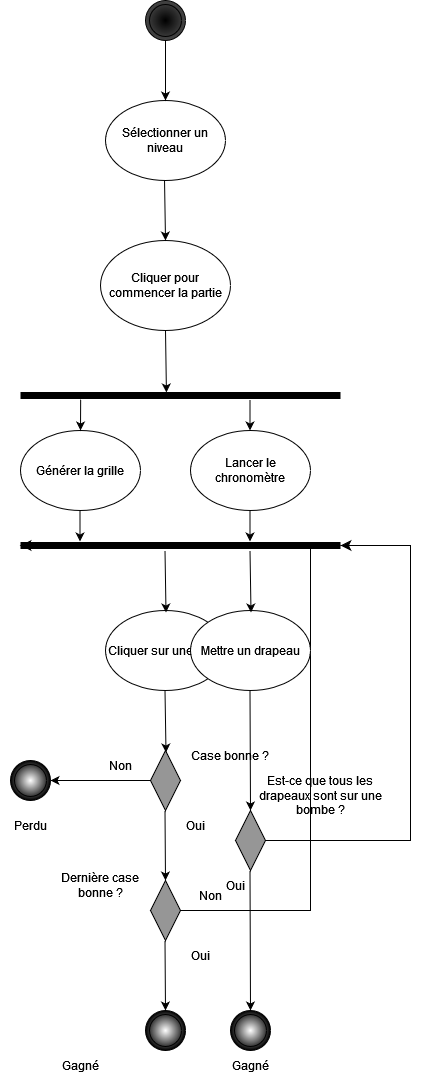
Above: diag_act.drawio.png in leonielrx/demineur (draw.io), before the change. Source tidied: cells renumbered, new cells last; positions are measured from the earlier drawing's top-left corner, leaving out a move shared by most shapes.
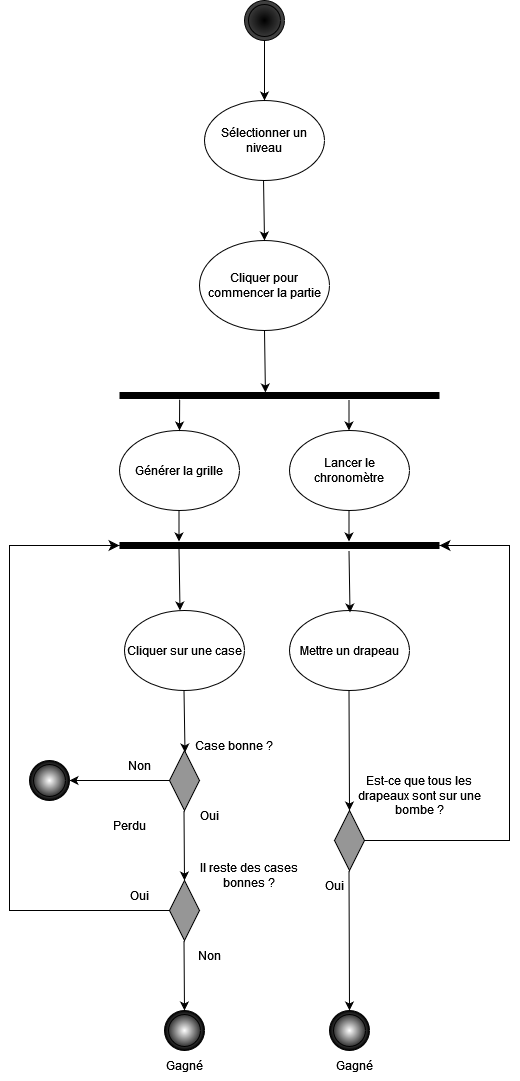
Above is the later version.

Commit message:
Mettre à jour diag_act.drawio.png

Diff of the diagram source:
```diff
@@ -42,72 +42,75 @@
       </mxGeometry>
     </mxCell>
     <mxCell id="12" value="Cliquer sur une case" style="ellipse;whiteSpace=wrap;html=1;" parent="1" vertex="1">
-      <mxGeometry x="105" y="610" width="120" height="80" as="geometry" />
+      <mxGeometry x="25" y="610" width="120" height="80" as="geometry" />
     </mxCell>
     <mxCell id="13" style="rhombus;whiteSpace=wrap;html=1;fillColor=#969696;" parent="1" vertex="1">
-      <mxGeometry x="150" y="750" width="30" height="60" as="geometry" />
+      <mxGeometry x="70" y="750" width="30" height="60" as="geometry" />
     </mxCell>
     <mxCell id="14" style="endArrow=classic;html=1;rounded=0;exitX=0.5;exitY=1;exitDx=0;exitDy=0;entryX=0.456;entryY=0.2;entryDx=0;entryDy=0;entryPerimeter=0;" parent="1" edge="1">
       <mxGeometry relative="1" as="geometry">
-        <mxPoint x="164.5" y="550" as="sourcePoint" />
-        <mxPoint x="165.5" y="612" as="targetPoint" />
+        <mxPoint x="79.5" y="548" as="sourcePoint" />
+        <mxPoint x="80.5" y="610" as="targetPoint" />
       </mxGeometry>
     </mxCell>
     <mxCell id="15" style="endArrow=classic;html=1;rounded=0;exitX=0.5;exitY=1;exitDx=0;exitDy=0;entryX=0.456;entryY=0.2;entryDx=0;entryDy=0;entryPerimeter=0;" parent="1" edge="1">
       <mxGeometry relative="1" as="geometry">
-        <mxPoint x="164.5" y="690" as="sourcePoint" />
-        <mxPoint x="165.5" y="752" as="targetPoint" />
+        <mxPoint x="84.5" y="690" as="sourcePoint" />
+        <mxPoint x="85.5" y="752" as="targetPoint" />
       </mxGeometry>
     </mxCell>
-    <mxCell id="16" style="edgeStyle=elbowEdgeStyle;elbow=horizontal;endArrow=classic;html=1;curved=0;rounded=0;endSize=8;startSize=8;entryX=0;entryY=0.5;entryDx=0;entryDy=0;exitX=1;exitY=0.5;exitDx=0;exitDy=0;entryPerimeter=0;" parent="1" edge="1" source="22" target="9">
+    <mxCell id="16" style="edgeStyle=elbowEdgeStyle;elbow=horizontal;endArrow=classic;html=1;curved=0;rounded=0;endSize=8;startSize=8;entryX=0;entryY=0.5;entryDx=0;entryDy=0;exitX=0;exitY=0.5;exitDx=0;exitDy=0;entryPerimeter=0;" parent="1" edge="1" source="22" target="9">
       <mxGeometry relative="1" as="geometry">
         <Array as="points">
-          <mxPoint x="310" y="890" />
+          <mxPoint x="-90" y="720" />
         </Array>
       </mxGeometry>
     </mxCell>
     <mxCell id="17" value="Case bonne ?" style="text;html=1;align=center;verticalAlign=middle;whiteSpace=wrap;rounded=0;" parent="1" vertex="1">
-      <mxGeometry x="160" y="740" width="140" height="30" as="geometry" />
+      <mxGeometry x="65" y="730" width="140" height="30" as="geometry" />
     </mxCell>
-    <mxCell id="18" style="endArrow=classic;html=1;rounded=0;" parent="1" edge="1" source="13" target="19">
-      <mxGeometry relative="1" as="geometry" />
+    <mxCell id="18" style="endArrow=classic;html=1;rounded=0;" parent="1" edge="1" target="19">
+      <mxGeometry relative="1" as="geometry">
+        <mxPoint x="70" y="780" as="sourcePoint" />
+      </mxGeometry>
     </mxCell>
     <mxCell id="19" style="ellipse;shape=doubleEllipse;whiteSpace=wrap;html=1;fillColor=#ffffff;gradientColor=default;gradientDirection=radial;shadow=0;" parent="1" vertex="1">
-      <mxGeometry x="10" y="760" width="40" height="40" as="geometry" />
+      <mxGeometry x="-70" y="760" width="40" height="40" as="geometry" />
     </mxCell>
     <mxCell id="20" value="Non" style="text;html=1;align=center;verticalAlign=middle;whiteSpace=wrap;rounded=0;" parent="1" vertex="1">
-      <mxGeometry x="90" y="750" width="60" height="30" as="geometry" />
+      <mxGeometry x="10" y="750" width="60" height="30" as="geometry" />
     </mxCell>
     <mxCell id="21" value="Perdu" style="text;html=1;align=center;verticalAlign=middle;whiteSpace=wrap;rounded=0;" parent="1" vertex="1">
       <mxGeometry y="810" width="60" height="30" as="geometry" />
     </mxCell>
     <mxCell id="22" style="rhombus;whiteSpace=wrap;html=1;fillColor=#969696;" parent="1" vertex="1">
-      <mxGeometry x="150" y="880" width="30" height="60" as="geometry" />
+      <mxGeometry x="70" y="880" width="30" height="60" as="geometry" />
     </mxCell>
-    <mxCell id="23" style="endArrow=classic;html=1;rounded=0;exitX=0.5;exitY=1;exitDx=0;exitDy=0;entryX=0.5;entryY=0;entryDx=0;entryDy=0;" parent="1" edge="1" target="22">
+    <mxCell id="23" style="endArrow=classic;html=1;rounded=0;exitX=0.5;exitY=1;exitDx=0;exitDy=0;entryX=0.5;entryY=0;entryDx=0;entryDy=0;" parent="1" edge="1">
       <mxGeometry relative="1" as="geometry">
-        <mxPoint x="164.5" y="810" as="sourcePoint" />
+        <mxPoint x="84.5" y="810" as="sourcePoint" />
+        <mxPoint x="85" y="880" as="targetPoint" />
       </mxGeometry>
     </mxCell>
-    <mxCell id="24" value="Dernière case bonne ?" style="text;html=1;align=center;verticalAlign=middle;whiteSpace=wrap;rounded=0;" parent="1" vertex="1">
-      <mxGeometry x="60" y="870" width="80" height="30" as="geometry" />
+    <mxCell id="24" value="Il reste des cases bonnes ?" style="text;html=1;align=center;verticalAlign=middle;whiteSpace=wrap;rounded=0;" parent="1" vertex="1">
+      <mxGeometry x="100" y="860" width="100" height="30" as="geometry" />
     </mxCell>
     <mxCell id="25" value="Non" style="text;html=1;align=center;verticalAlign=middle;whiteSpace=wrap;rounded=0;" parent="1" vertex="1">
-      <mxGeometry x="180" y="880" width="60" height="30" as="geometry" />
+      <mxGeometry x="80" y="940" width="60" height="30" as="geometry" />
     </mxCell>
     <mxCell id="26" value="Oui" style="text;html=1;align=center;verticalAlign=middle;whiteSpace=wrap;rounded=0;" parent="1" vertex="1">
-      <mxGeometry x="165" y="810" width="60" height="30" as="geometry" />
+      <mxGeometry x="80" y="800" width="60" height="30" as="geometry" />
     </mxCell>
     <mxCell id="27" style="ellipse;shape=doubleEllipse;whiteSpace=wrap;html=1;fillColor=#ffffff;gradientColor=default;gradientDirection=radial;shadow=0;" parent="1" vertex="1">
-      <mxGeometry x="145" y="1010" width="40" height="40" as="geometry" />
+      <mxGeometry x="65" y="1010" width="40" height="40" as="geometry" />
     </mxCell>
     <mxCell id="28" value="Oui" style="text;html=1;align=center;verticalAlign=middle;whiteSpace=wrap;rounded=0;" parent="1" vertex="1">
-      <mxGeometry x="170" y="940" width="60" height="30" as="geometry" />
+      <mxGeometry x="10" y="880" width="60" height="30" as="geometry" />
     </mxCell>
     <mxCell id="29" style="endArrow=classic;html=1;rounded=0;exitX=0.5;exitY=1;exitDx=0;exitDy=0;entryX=0.5;entryY=0;entryDx=0;entryDy=0;" parent="1" edge="1">
       <mxGeometry relative="1" as="geometry">
-        <mxPoint x="164.5" y="940" as="sourcePoint" />
-        <mxPoint x="165" y="1010" as="targetPoint" />
+        <mxPoint x="84.5" y="940" as="sourcePoint" />
+        <mxPoint x="85" y="1010" as="targetPoint" />
       </mxGeometry>
     </mxCell>
     <mxCell id="30" style="ellipse;shape=doubleEllipse;whiteSpace=wrap;html=1;fillColor=#000000;gradientColor=#474747;gradientDirection=radial;shadow=0;" parent="1" vertex="1">
@@ -166,10 +169,10 @@
       </mxGeometry>
     </mxCell>
     <mxCell id="43" value="Gagné" style="text;html=1;align=center;verticalAlign=middle;whiteSpace=wrap;rounded=0;" parent="1" vertex="1">
-      <mxGeometry x="50" y="1050" width="60" height="30" as="geometry" />
+      <mxGeometry x="55" y="1050" width="60" height="30" as="geometry" />
     </mxCell>
     <mxCell id="44" value="Gagné" style="text;html=1;align=center;verticalAlign=middle;whiteSpace=wrap;rounded=0;" parent="1" vertex="1">
-      <mxGeometry x="220" y="1050" width="60" height="30" as="geometry" />
+      <mxGeometry x="225" y="1050" width="60" height="30" as="geometry" />
     </mxCell>
   </root>
 </mxGraphModel>
```
